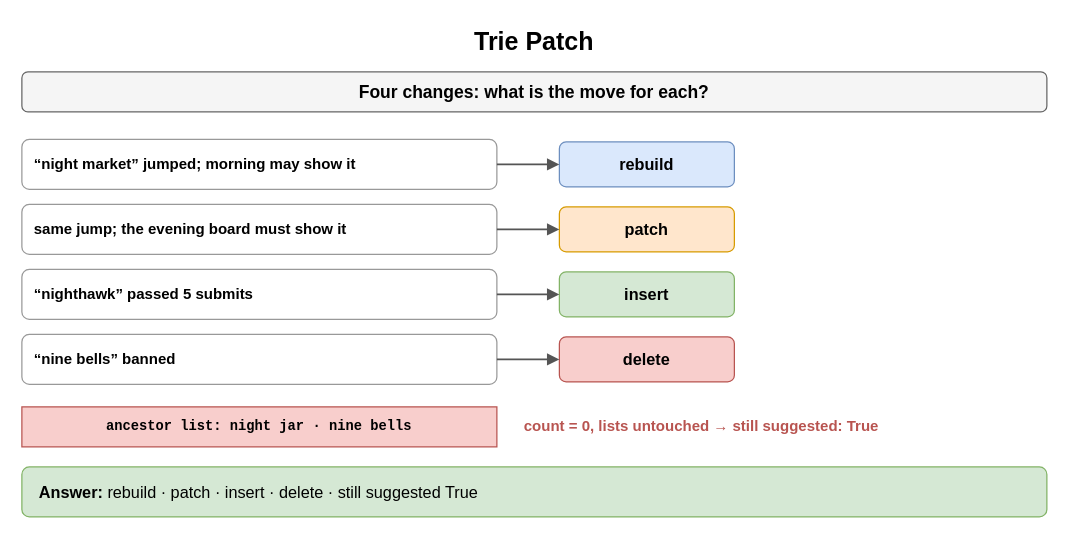
Earlier version of the draw.io diagram page "Trie Patch" (4 of 8) of content/09_System_Design_Interview/18_Search_Autocomplete_and_Information_Retrieval/diagrams/search-drills.drawio (amendez13/swe-study-guide). Source tidied: cells renumbered, new cells numbered last; positions are measured from the earlier drawing's top-left corner, leaving out a move shared by most shapes. Both pictures are drawn from the tidied source at 125%, with x=0, y=0 at pixel (21, 21).
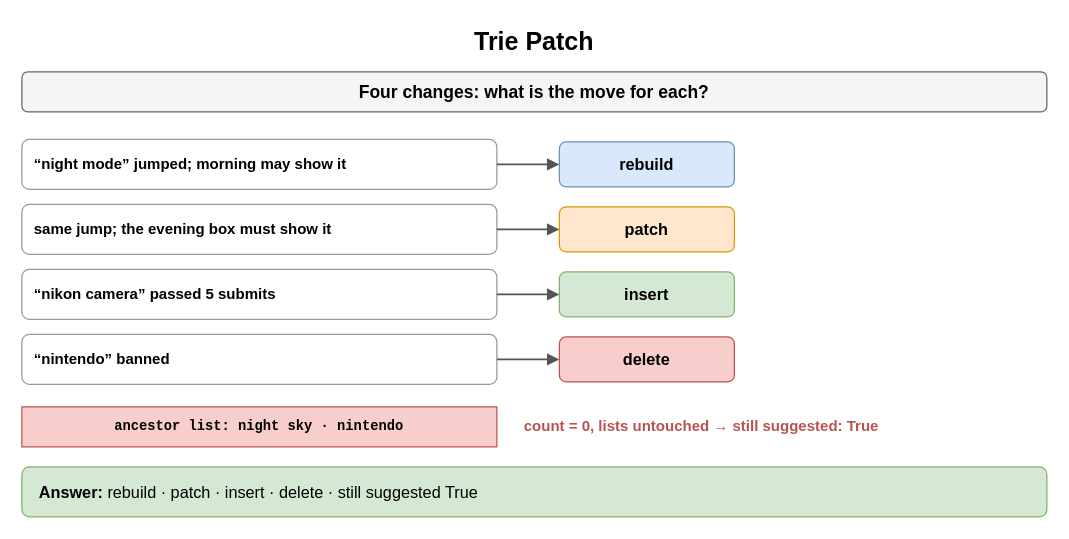
After the change.

The edit, as a diff of the source:
```diff
@@
 <mxGraphModel>
   <root>
     <mxCell id="0" />
     <mxCell id="1" parent="0" />
     <mxCell id="2" value="Trie Patch" style="text;html=1;align=center;verticalAlign=middle;whiteSpace=wrap;fontSize=20;fontStyle=1;" parent="1" vertex="1">
       <mxGeometry width="820" height="30" as="geometry" />
     </mxCell>
     <mxCell id="3" value="Four changes: what is the move for each?" style="rounded=1;whiteSpace=wrap;html=1;fillColor=#f5f5f5;strokeColor=#666666;fontStyle=1;fontSize=14;" parent="1" vertex="1">
       <mxGeometry y="40" width="820" height="32" as="geometry" />
     </mxCell>
-    <mxCell id="4" value="“night market” jumped; morning may show it" style="rounded=1;whiteSpace=wrap;html=1;fillColor=#ffffff;strokeColor=#999999;fontSize=12;align=left;fontStyle=1;spacingLeft=8;" parent="1" vertex="1">
+    <mxCell id="4" value="“night mode” jumped; morning may show it" style="rounded=1;whiteSpace=wrap;html=1;fillColor=#ffffff;strokeColor=#999999;fontSize=12;align=left;fontStyle=1;spacingLeft=8;" parent="1" vertex="1">
       <mxGeometry y="94" width="380" height="40" as="geometry" />
     </mxCell>
     <mxCell id="5" value="rebuild" style="rounded=1;whiteSpace=wrap;html=1;fillColor=#dae8fc;strokeColor=#6c8ebf;fontSize=13;align=center;fontStyle=1;" parent="1" vertex="1">
       <mxGeometry x="430" y="96" width="140" height="36" as="geometry" />
     </mxCell>
     <mxCell id="6" style="endArrow=block;endSize=6;html=1;strokeWidth=1.5;strokeColor=#555555;fontSize=11;labelBackgroundColor=#ffffff;" parent="1" edge="1" source="4" target="5">
       <mxGeometry relative="1" as="geometry" />
     </mxCell>
-    <mxCell id="7" value="same jump; the evening board must show it" style="rounded=1;whiteSpace=wrap;html=1;fillColor=#ffffff;strokeColor=#999999;fontSize=12;align=left;fontStyle=1;spacingLeft=8;" parent="1" vertex="1">
+    <mxCell id="7" value="same jump; the evening box must show it" style="rounded=1;whiteSpace=wrap;html=1;fillColor=#ffffff;strokeColor=#999999;fontSize=12;align=left;fontStyle=1;spacingLeft=8;" parent="1" vertex="1">
       <mxGeometry y="146" width="380" height="40" as="geometry" />
     </mxCell>
     <mxCell id="8" value="patch" style="rounded=1;whiteSpace=wrap;html=1;fillColor=#ffe6cc;strokeColor=#d79b00;fontSize=13;align=center;fontStyle=1;" parent="1" vertex="1">
       <mxGeometry x="430" y="148" width="140" height="36" as="geometry" />
     </mxCell>
     <mxCell id="9" style="endArrow=block;endSize=6;html=1;strokeWidth=1.5;strokeColor=#555555;fontSize=11;labelBackgroundColor=#ffffff;" parent="1" edge="1" source="7" target="8">
       <mxGeometry relative="1" as="geometry" />
     </mxCell>
-    <mxCell id="10" value="“nighthawk” passed 5 submits" style="rounded=1;whiteSpace=wrap;html=1;fillColor=#ffffff;strokeColor=#999999;fontSize=12;align=left;fontStyle=1;spacingLeft=8;" parent="1" vertex="1">
+    <mxCell id="10" value="“nikon camera” passed 5 submits" style="rounded=1;whiteSpace=wrap;html=1;fillColor=#ffffff;strokeColor=#999999;fontSize=12;align=left;fontStyle=1;spacingLeft=8;" parent="1" vertex="1">
       <mxGeometry y="198" width="380" height="40" as="geometry" />
     </mxCell>
     <mxCell id="11" value="insert" style="rounded=1;whiteSpace=wrap;html=1;fillColor=#d5e8d4;strokeColor=#82b366;fontSize=13;align=center;fontStyle=1;" parent="1" vertex="1">
       <mxGeometry x="430" y="200" width="140" height="36" as="geometry" />
     </mxCell>
     <mxCell id="12" style="endArrow=block;endSize=6;html=1;strokeWidth=1.5;strokeColor=#555555;fontSize=11;labelBackgroundColor=#ffffff;" parent="1" edge="1" source="10" target="11">
       <mxGeometry relative="1" as="geometry" />
     </mxCell>
-    <mxCell id="13" value="“nine bells” banned" style="rounded=1;whiteSpace=wrap;html=1;fillColor=#ffffff;strokeColor=#999999;fontSize=12;align=left;fontStyle=1;spacingLeft=8;" parent="1" vertex="1">
+    <mxCell id="13" value="“nintendo” banned" style="rounded=1;whiteSpace=wrap;html=1;fillColor=#ffffff;strokeColor=#999999;fontSize=12;align=left;fontStyle=1;spacingLeft=8;" parent="1" vertex="1">
       <mxGeometry y="250" width="380" height="40" as="geometry" />
     </mxCell>
     <mxCell id="14" value="delete" style="rounded=1;whiteSpace=wrap;html=1;fillColor=#f8cecc;strokeColor=#b85450;fontSize=13;align=center;fontStyle=1;" parent="1" vertex="1">
       <mxGeometry x="430" y="252" width="140" height="36" as="geometry" />
     </mxCell>
     <mxCell id="15" style="endArrow=block;endSize=6;html=1;strokeWidth=1.5;strokeColor=#555555;fontSize=11;labelBackgroundColor=#ffffff;" parent="1" edge="1" source="13" target="14">
       <mxGeometry relative="1" as="geometry" />
     </mxCell>
-    <mxCell id="16" value="ancestor list: night jar · nine bells" style="rounded=0;whiteSpace=wrap;html=1;fontFamily=Courier New;fontStyle=1;fontSize=13;fillColor=#f8cecc;strokeColor=#b85450;fontSize=11;" parent="1" vertex="1">
+    <mxCell id="16" value="ancestor list: night sky · nintendo" style="rounded=0;whiteSpace=wrap;html=1;fontFamily=Courier New;fontStyle=1;fontSize=13;fillColor=#f8cecc;strokeColor=#b85450;fontSize=11;" parent="1" vertex="1">
       <mxGeometry y="308" width="380" height="32" as="geometry" />
     </mxCell>
     <mxCell id="17" value="count = 0, lists untouched → still suggested: True" style="text;html=1;whiteSpace=wrap;fontSize=11;align=left;verticalAlign=middle;fontSize=12;fontColor=#b85450;fontStyle=1;" parent="1" vertex="1">
       <mxGeometry x="400" y="308" width="420" height="32" as="geometry" />
     </mxCell>
     <mxCell id="18" value="&lt;b&gt;Answer:&lt;/b&gt; rebuild · patch · insert · delete · still suggested True" style="rounded=1;whiteSpace=wrap;html=1;fillColor=#d5e8d4;strokeColor=#82b366;fontSize=13;align=left;spacingLeft=12;" parent="1" vertex="1">
       <mxGeometry y="356" width="820" height="40" as="geometry" />
     </mxCell>
   </root>
 </mxGraphModel>
```
